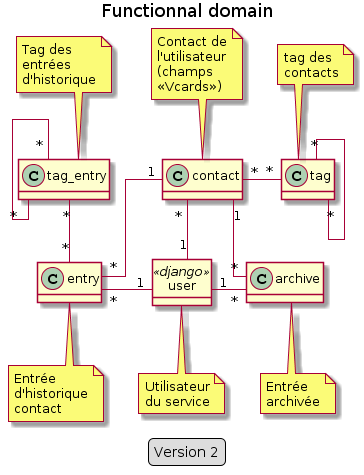
Above: doc/data_model/functional_model_light.png in freezed/ocp13 (PlantUML), before the change.
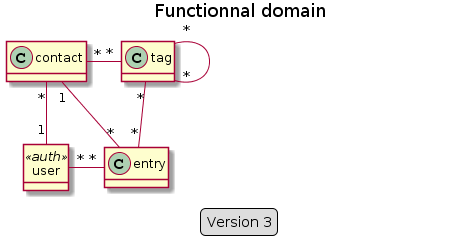
After the change.

Commit message:
Edit data model v3

Diff of the diagram source:
```diff
@@ -1,48 +1,29 @@
 @startuml
 title Functionnal domain
 
-skinparam linetype ortho
-hide <<django>> circle
+hide <<auth>> circle
+hide <<assoc>>
 hide empty methods
 
 
-class archive
+
 class contact
 class entry
 class tag
-class tag_entry
-class user <<django>>
+class user <<auth>>
+class contact_tag <<assoc>>
+class entry_tag <<assoc>>
 
 
 contact "1" -- "*" entry
-contact "1" -- "*" archive
 contact "*" - "*" tag
-tag_entry "*" -- "*" entry
-tag_entry "*" - "*" tag_entry
+tag "*" -- "*" entry
 tag "*" - "*" tag
 contact "*" -- "1" user
-entry "*" - "1" user
-user "1" - "*" archive
+user "*" - "*" entry
 
-class archive
-note bottom: Entrée\narchivée
-
-class contact
-note top: Contact de\nl'utilisateur\n(champs\n«Vcards»)
-
-class entry
-note bottom: Entrée\nd'historique\ncontact
-
-class tag
-note top: tag des\ncontacts
-
-class tag_entry
-note top: Tag des\nentrées\nd'historique
-
-class user
-note bottom: Utilisateur\ndu service
 
 legend
-    Version 2
+    Version 3
 endlegend
 @enduml
```
